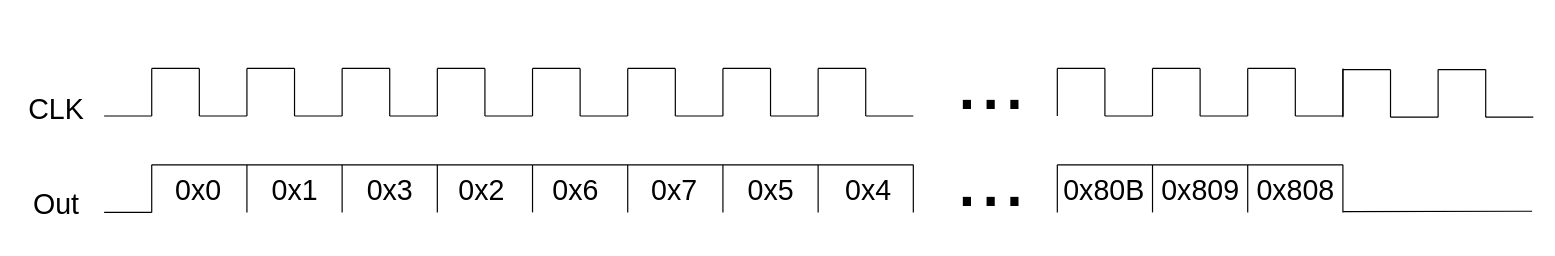
Before: Diagrams/regular.drawio in sabarioded/Patterns_Project, a draw.io diagram. Source tidied: cells renumbered, new cells numbered last; positions are measured from the earlier drawing's top-left corner, leaving out a move shared by most shapes. Both pictures are drawn from the tidied source at 119%, with x=0, y=0 at pixel (20, 20).
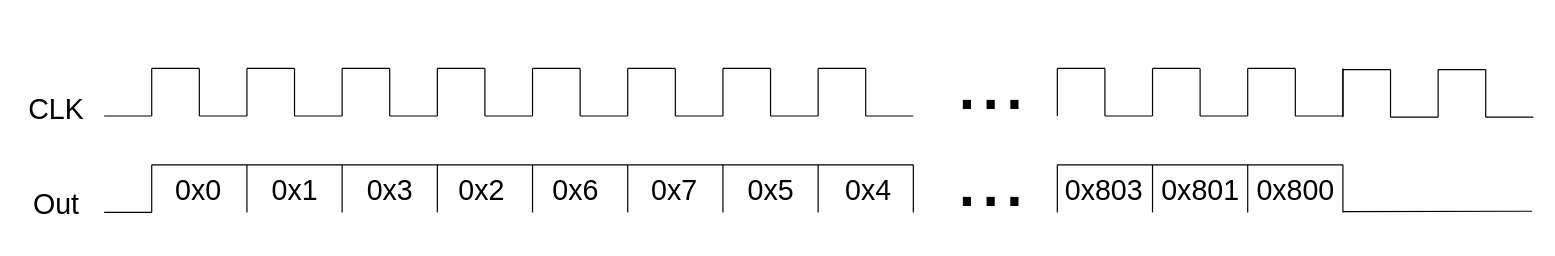
Above is the later version.

The edit, as a diff of the source:
```diff
@@
-    <mxCell id="85" value="&lt;font style=&quot;font-size: 24px;&quot;&gt;0x80B&lt;/font&gt;" style="text;html=1;align=center;verticalAlign=middle;strokeColor=none;fillColor=none;" parent="1" vertex="1">
+    <mxCell id="85" value="&lt;font style=&quot;font-size: 24px;&quot;&gt;0x803&lt;/font&gt;" style="text;html=1;align=center;verticalAlign=middle;strokeColor=none;fillColor=none;" parent="1" vertex="1">
       <mxGeometry x="865" y="123" width="90" height="40" as="geometry" />
     </mxCell>
-    <mxCell id="86" value="&lt;font style=&quot;font-size: 24px;&quot;&gt;0x809&lt;/font&gt;" style="text;html=1;align=center;verticalAlign=middle;strokeColor=none;fillColor=none;" parent="1" vertex="1">
+    <mxCell id="86" value="&lt;font style=&quot;font-size: 24px;&quot;&gt;0x801&lt;/font&gt;" style="text;html=1;align=center;verticalAlign=middle;strokeColor=none;fillColor=none;" parent="1" vertex="1">
       <mxGeometry x="946" y="123" width="90" height="40" as="geometry" />
     </mxCell>
-    <mxCell id="87" value="&lt;font style=&quot;font-size: 24px;&quot;&gt;0x808&lt;/font&gt;" style="text;html=1;align=center;verticalAlign=middle;strokeColor=none;fillColor=none;" parent="1" vertex="1">
+    <mxCell id="87" value="&lt;font style=&quot;font-size: 24px;&quot;&gt;0x800&lt;/font&gt;" style="text;html=1;align=center;verticalAlign=middle;strokeColor=none;fillColor=none;" parent="1" vertex="1">
       <mxGeometry x="1026" y="123" width="90" height="40" as="geometry" />
     </mxCell>
```
